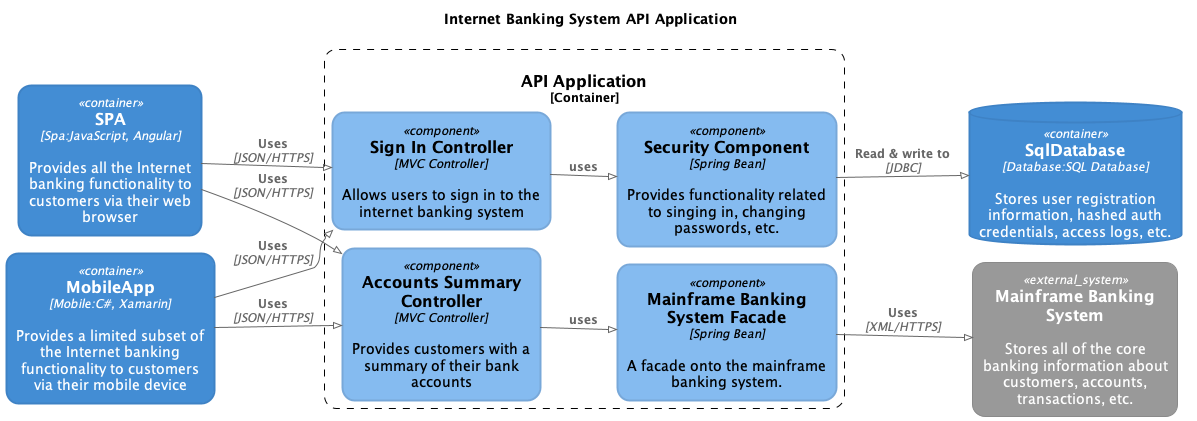
8T4/c4sharp keeps this PlantUML diagram as docs/images/internet-banking-system-api-application-c4component.png. Above is the earlier version. Source of this version:
```plantuml
@startuml internet-banking-system-api-application-c4component
!pragma layout smetana
!include ../.c4s/C4_Component.puml

UpdateElementStyle("system", $bgColor=#1a67be,$fontColor=#FFFFFF,$borderColor=#175eaa,$shadowing="false",$shape=RoundedBoxShape(),$borderStyle=SolidLine(),$borderThickness=2)
UpdateElementStyle("external_system", $bgColor=#999999,$fontColor=#FFFFFF,$borderColor=#8a8a8a,$shadowing="false",$shape=RoundedBoxShape(),$borderStyle=SolidLine(),$borderThickness=1)
UpdateElementStyle("person", $bgColor=#0d437b,$fontColor=#FFFFFF,$borderColor=#0d437b,$shadowing="false",$shape=RoundedBoxShape(),$borderStyle=SolidLine(),$borderThickness=2)
UpdateElementStyle("component", $bgColor=#85bbf0,$fontColor=#000000,$borderColor=#78a8d9,$shadowing="false",$shape=RoundedBoxShape(),$borderStyle=SolidLine(),$borderThickness=2)
UpdateElementStyle("external_component", $bgColor=#999999,$fontColor=#FFFFFF,$borderColor=#8a8a8a,$shadowing="false",$shape=RoundedBoxShape(),$borderStyle=SolidLine(),$borderThickness=1)
UpdateElementStyle("container", $bgColor=#438dd4,$fontColor=#FFFFFF,$borderColor=#3e82c5,$shadowing="false",$shape=RoundedBoxShape(),$borderStyle=SolidLine(),$borderThickness=2)
UpdateElementStyle("external_container", $bgColor=#999999,$fontColor=#FFFFFF,$borderColor=#8a8a8a,$shadowing="false",$shape=RoundedBoxShape(),$borderStyle=SolidLine(),$borderThickness=1)
UpdateBoundaryStyle($elementName=system,$bgColor=#FFFFFF,$fontColor=#000000,$borderColor=#000000,$shadowing="false",$shape=RoundedBoxShape())
UpdateBoundaryStyle($elementName=container,$bgColor=#FFFFFF,$fontColor=#000000,$borderColor=#000000,$shadowing="false",$shape=RoundedBoxShape())
UpdateBoundaryStyle($elementName=enterprise,$bgColor=#FFFFFF,$fontColor=#000000,$borderColor=#000000,$shadowing="false",$shape=RoundedBoxShape())
SHOW_PERSON_PORTRAIT()
LAYOUT_LEFT_RIGHT()

title Internet Banking System API Application

Container(Spa, "SPA", "Spa:JavaScript, Angular", "Provides all the Internet banking functionality to customers via their web browser")
Container(MobileApp, "MobileApp", "Mobile:C#, Xamarin", "Provides a limited subset of the Internet banking functionality to customers via their mobile device")
ContainerDb(Database, "SqlDatabase", "Database:SQL Database", "Stores user registration information, hashed auth credentials, access logs, etc.")
System_Ext(Mainframe, "Mainframe Banking System", "Stores all of the core banking information about customers, accounts, transactions, etc.")

Container_Boundary(c1, "API Application") {
    Component(sign, "Sign In Controller", "MVC Controller", "Allows users to sign in to the internet banking system")
    Component(accounts, "Accounts Summary Controller", "MVC Controller", "Provides customers with a summary of their bank accounts")
    Component(security, "Security Component", "Spring Bean", "Provides functionality related to singing in, changing passwords, etc.")
    Component(mbsfacade, "Mainframe Banking System Facade", "Spring Bean", "A facade onto the mainframe banking system.")
}


Rel(sign, security, "uses")
Rel(accounts, mbsfacade, "uses")
Rel(security, Database, "Read & write to", "JDBC")
Rel(mbsfacade, Mainframe, "Uses", "XML/HTTPS")
Rel(Spa, sign, "Uses", "JSON/HTTPS")
Rel(Spa, accounts, "Uses", "JSON/HTTPS")
Rel(MobileApp, sign, "Uses", "JSON/HTTPS")
Rel(MobileApp, accounts, "Uses", "JSON/HTTPS")
@enduml
```
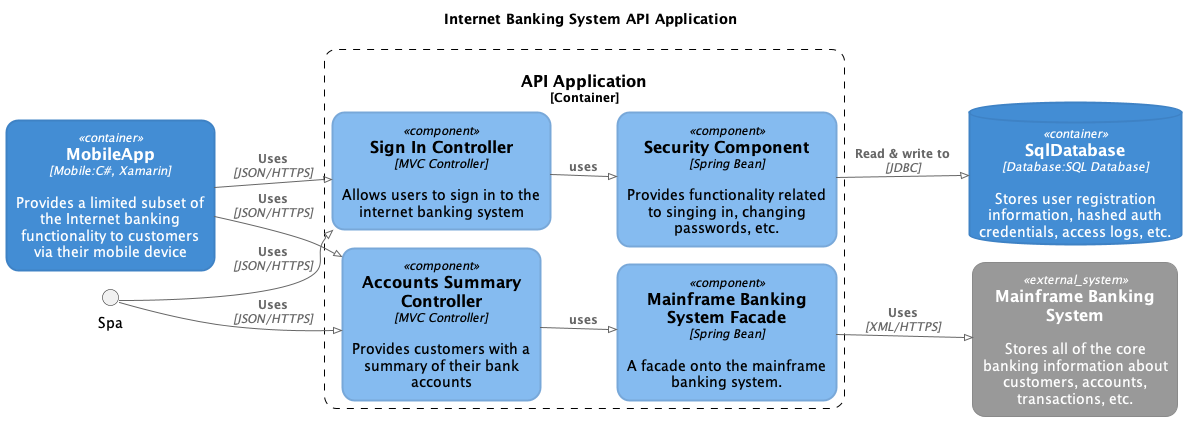
Above is the later version.

What changed in the source:
```diff
@@ -17,7 +17,6 @@
 
 title Internet Banking System API Application
 
-Container(Spa, "SPA", "Spa:JavaScript, Angular", "Provides all the Internet banking functionality to customers via their web browser")
 Container(MobileApp, "MobileApp", "Mobile:C#, Xamarin", "Provides a limited subset of the Internet banking functionality to customers via their mobile device")
 ContainerDb(Database, "SqlDatabase", "Database:SQL Database", "Stores user registration information, hashed auth credentials, access logs, etc.")
 System_Ext(Mainframe, "Mainframe Banking System", "Stores all of the core banking information about customers, accounts, transactions, etc.")
```
